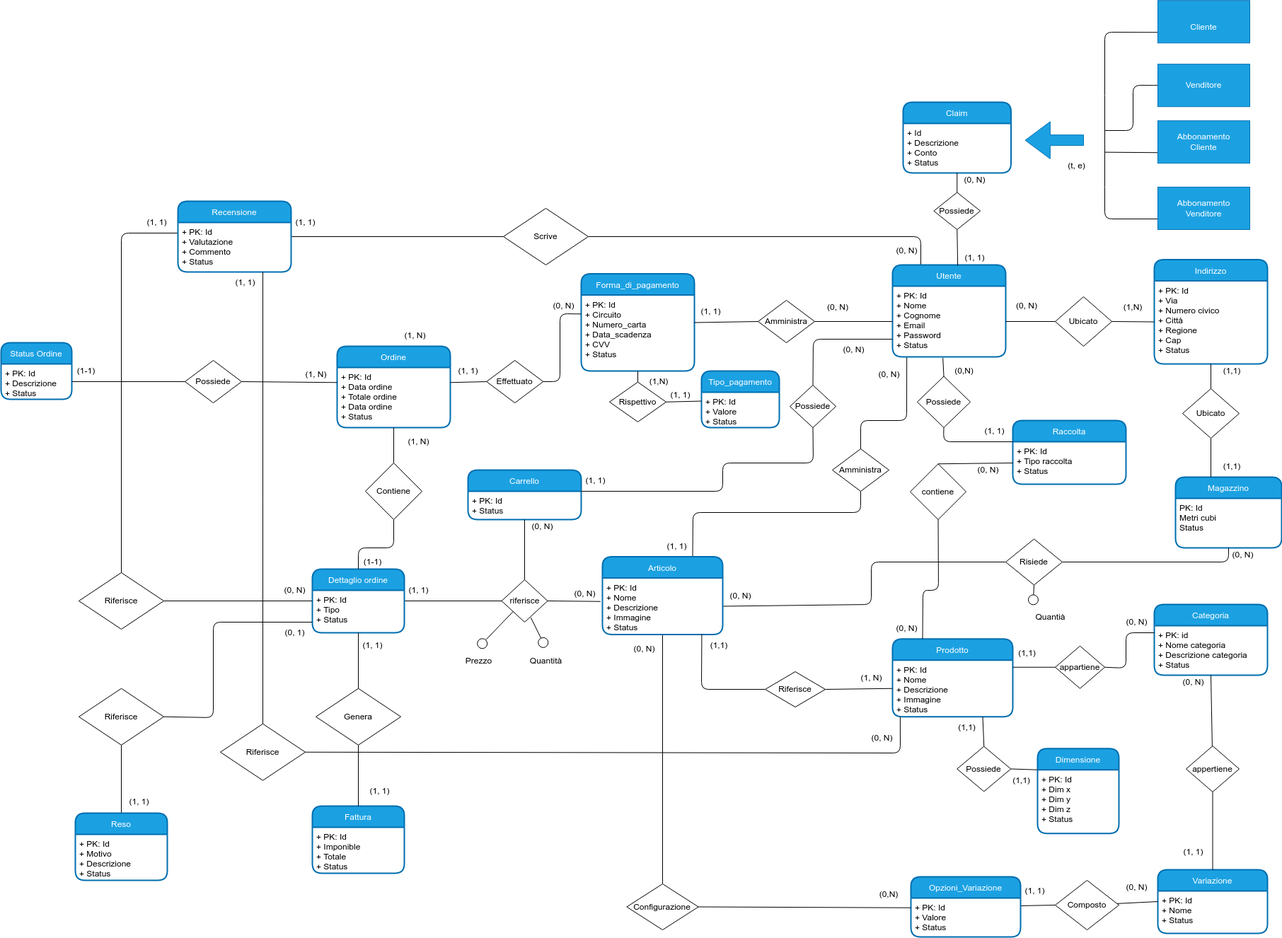
Before: doc/schema_concettuale/schema_concettuale.png, a diagram exported from draw.io (EndriDomiUni/E-commerce). Source tidied: cells renumbered, new cells last; positions are measured from the earlier drawing's top-left corner, leaving out a move shared by most shapes.
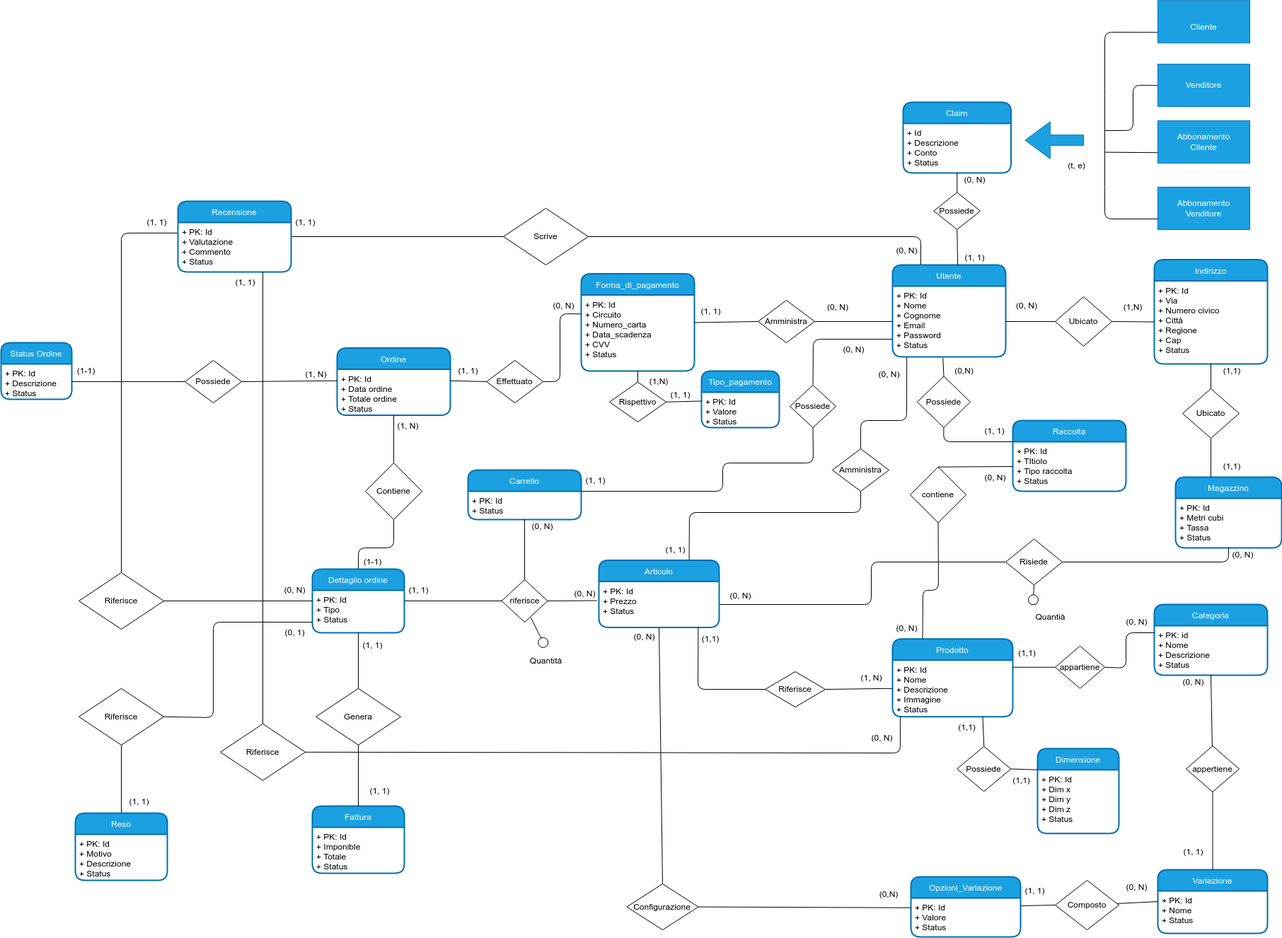
The same diagram one commit later.

Commit message:
Update schema concettuale e modello logico

Change to the diagram source:
```diff
@@ -105,7 +105,7 @@
     <mxCell id="29" value="Categoria" style="swimlane;horizontal=1;startSize=30;rounded=1;fontSize=12;fontStyle=0;strokeWidth=2;shadow=0;dashed=0;align=center;fillColor=#1ba1e2;fontColor=#ffffff;strokeColor=#006EAF;" parent="1" vertex="1">
       <mxGeometry x="1630" y="854" width="160" height="100" as="geometry" />
     </mxCell>
-    <mxCell id="30" value="+ PK: id&#10;+ Nome categoria&#10;+ Descrizione categoria&#10;+ Status" style="align=left;strokeColor=none;fillColor=none;spacingLeft=4;fontSize=12;verticalAlign=top;" parent="29" vertex="1">
+    <mxCell id="30" value="+ PK: id&#10;+ Nome&#10;+ Descrizione&#10;+ Status" style="align=left;strokeColor=none;fillColor=none;spacingLeft=4;fontSize=12;verticalAlign=top;" parent="29" vertex="1">
       <mxGeometry y="30" width="160" height="70" as="geometry" />
     </mxCell>
     <mxCell id="31" style="edgeStyle=none;html=1;exitX=0;exitY=0.5;exitDx=0;exitDy=0;endArrow=none;endFill=0;fontSize=12;" parent="1" edge="1" source="33">
@@ -158,7 +158,7 @@
     <mxCell id="44" value="Magazzino" style="swimlane;horizontal=1;startSize=30;rounded=1;fontSize=12;fontStyle=0;strokeWidth=2;shadow=0;dashed=0;align=center;fillColor=#1ba1e2;fontColor=#ffffff;strokeColor=#006EAF;" parent="1" vertex="1">
       <mxGeometry x="1660" y="674" width="150" height="100" as="geometry" />
     </mxCell>
-    <mxCell id="45" value="PK: Id&#10;Metri cubi&#10;Status" style="align=left;strokeColor=none;fillColor=none;spacingLeft=4;fontSize=12;verticalAlign=top;" parent="44" vertex="1">
+    <mxCell id="45" value="+ PK: Id&#10;+ Metri cubi&#10;+ Tassa&#10;+ Status" style="align=left;strokeColor=none;fillColor=none;spacingLeft=4;fontSize=12;verticalAlign=top;" parent="44" vertex="1">
       <mxGeometry y="30" width="150" height="70" as="geometry" />
     </mxCell>
     <mxCell id="46" style="edgeStyle=none;html=1;exitX=0.5;exitY=0;exitDx=0;exitDy=0;entryX=0.5;entryY=1;entryDx=0;entryDy=0;startArrow=none;startFill=0;endArrow=none;endFill=0;fontSize=12;" parent="1" edge="1" source="48" target="7">
@@ -218,12 +218,6 @@
     <mxCell id="61" value="Quantità" style="text;html=1;align=center;verticalAlign=middle;points=[];strokeColor=none;fillColor=none;fontSize=12;" parent="1" vertex="1">
       <mxGeometry x="735" y="919" width="70" height="30" as="geometry" />
     </mxCell>
-    <mxCell id="62" style="edgeStyle=none;html=1;endArrow=circle;endFill=0;exitX=0;exitY=1;exitDx=0;exitDy=0;entryX=0.494;entryY=-0.132;entryDx=0;entryDy=0;entryPerimeter=0;fontSize=12;" parent="1" edge="1" source="60" target="63">
-      <mxGeometry relative="1" as="geometry" />
-    </mxCell>
-    <mxCell id="63" value="Prezzo" style="text;html=1;align=center;verticalAlign=middle;points=[];strokeColor=none;fillColor=none;fontSize=12;" parent="1" vertex="1">
-      <mxGeometry x="645" y="919" width="60" height="30" as="geometry" />
-    </mxCell>
     <mxCell id="64" style="edgeStyle=none;html=1;exitX=0.5;exitY=1;exitDx=0;exitDy=0;entryX=0.576;entryY=0.008;entryDx=0;entryDy=0;entryPerimeter=0;endArrow=none;endFill=0;fontSize=12;" parent="1" edge="1" source="66" target="4">
       <mxGeometry relative="1" as="geometry" />
     </mxCell>
@@ -308,7 +302,7 @@
       <mxGeometry x="1205" y="942.8" width="50" height="30" as="geometry" />
     </mxCell>
     <mxCell id="90" value="(1,1)" style="text;html=1;strokeColor=none;fillColor=none;align=center;verticalAlign=middle;whiteSpace=wrap;rounded=0;fontSize=12;" parent="1" vertex="1">
-      <mxGeometry x="990" y="902.8" width="50" height="17.5" as="geometry" />
+      <mxGeometry x="977.5" y="894" width="50" height="17.5" as="geometry" />
     </mxCell>
     <mxCell id="91" value="(0,N)" style="text;html=1;strokeColor=none;fillColor=none;align=center;verticalAlign=middle;whiteSpace=wrap;rounded=0;fontSize=12;" parent="1" vertex="1">
       <mxGeometry x="1225" y="1249" width="60" height="30" as="geometry" />
@@ -323,10 +317,10 @@
       <mxGeometry x="1710" y="509" width="60" height="30" as="geometry" />
     </mxCell>
     <mxCell id="95" value="Raccolta" style="swimlane;horizontal=1;startSize=30;rounded=1;fontSize=12;fontStyle=0;strokeWidth=2;shadow=0;dashed=0;align=center;fillColor=#1ba1e2;fontColor=#ffffff;strokeColor=#006EAF;" parent="1" vertex="1">
-      <mxGeometry x="1430" y="594" width="160" height="90" as="geometry" />
+      <mxGeometry x="1430" y="594" width="160" height="100" as="geometry" />
     </mxCell>
-    <mxCell id="96" value="+ PK: Id&#10;+ Tipo raccolta&#10;+ Status" style="align=left;strokeColor=none;fillColor=none;spacingLeft=4;fontSize=12;verticalAlign=top;" parent="95" vertex="1">
-      <mxGeometry y="30" width="160" height="60" as="geometry" />
+    <mxCell id="96" value="+ PK: Id&#10;+ TItiolo&#10;+ Tipo raccolta&#10;+ Status" style="align=left;strokeColor=none;fillColor=none;spacingLeft=4;fontSize=12;verticalAlign=top;" parent="95" vertex="1">
+      <mxGeometry y="30" width="160" height="70" as="geometry" />
     </mxCell>
     <mxCell id="97" style="edgeStyle=none;html=1;exitX=0.5;exitY=0;exitDx=0;exitDy=0;entryX=0.445;entryY=1.013;entryDx=0;entryDy=0;entryPerimeter=0;startArrow=none;startFill=0;endArrow=none;endFill=0;fontSize=12;" parent="1" edge="1" source="99" target="5">
       <mxGeometry relative="1" as="geometry" />
@@ -350,7 +344,7 @@
       </mxGeometry>
     </mxCell>
     <mxCell id="101" value="contiene" style="rhombus;whiteSpace=wrap;html=1;fontSize=12;" parent="1" vertex="1">
-      <mxGeometry x="1285" y="655.2" width="79" height="78.8" as="geometry" />
+      <mxGeometry x="1285" y="659.6" width="79" height="78.8" as="geometry" />
     </mxCell>
     <mxCell id="102" style="edgeStyle=none;html=1;exitX=0;exitY=0.5;exitDx=0;exitDy=0;entryX=0.5;entryY=0;entryDx=0;entryDy=0;startArrow=none;startFill=0;endArrow=none;endFill=0;fontSize=12;" parent="1" edge="1" source="96" target="101">
       <mxGeometry relative="1" as="geometry" />
@@ -362,7 +356,7 @@
       <mxGeometry x="1336" y="509" width="50" height="30" as="geometry" />
     </mxCell>
     <mxCell id="105" value="(0, N)" style="text;html=1;align=center;verticalAlign=middle;strokeColor=none;fillColor=none;fontSize=12;" parent="1" vertex="1">
-      <mxGeometry x="1370" y="649" width="50" height="30" as="geometry" />
+      <mxGeometry x="1380" y="659.6" width="50" height="30" as="geometry" />
     </mxCell>
     <mxCell id="106" value="(1, 1)" style="text;html=1;align=center;verticalAlign=middle;strokeColor=none;fillColor=none;fontSize=12;" parent="1" vertex="1">
       <mxGeometry x="977.5" y="425.2" width="50" height="30" as="geometry" />
@@ -428,7 +422,7 @@
     <mxCell id="124" style="edgeStyle=none;html=1;endArrow=none;endFill=0;entryX=0.5;entryY=1;entryDx=0;entryDy=0;exitX=0.75;exitY=0;exitDx=0;exitDy=0;fontSize=12;" parent="1" edge="1" source="162" target="131">
       <mxGeometry relative="1" as="geometry">
         <Array as="points">
-          <mxPoint x="978" y="724" />
+          <mxPoint x="973" y="724" />
           <mxPoint x="1215" y="724" />
         </Array>
       </mxGeometry>
@@ -440,7 +434,7 @@
       <mxGeometry x="884.4" y="1249" width="101.2" height="65" as="geometry" />
     </mxCell>
     <mxCell id="127" value="(0, N)" style="text;html=1;align=center;verticalAlign=middle;strokeColor=none;fillColor=none;fontSize=12;" parent="1" vertex="1">
-      <mxGeometry x="884.4" y="901.5" width="50" height="30" as="geometry" />
+      <mxGeometry x="884.4" y="885.2" width="50" height="30" as="geometry" />
     </mxCell>
     <mxCell id="128" value="(0, N)" style="text;html=1;align=center;verticalAlign=middle;strokeColor=none;fillColor=none;fontSize=12;" parent="1" vertex="1">
       <mxGeometry x="800" y="824" width="50" height="30" as="geometry" />
@@ -458,7 +452,7 @@
       <mxGeometry x="1230" y="514" width="50" height="30" as="geometry" />
     </mxCell>
     <mxCell id="133" value="(1, 1)" style="text;html=1;align=center;verticalAlign=middle;strokeColor=none;fillColor=none;fontSize=12;" parent="1" vertex="1">
-      <mxGeometry x="930" y="756.5" width="50" height="30" as="geometry" />
+      <mxGeometry x="927.5" y="761.5" width="50" height="30" as="geometry" />
     </mxCell>
     <mxCell id="134" style="edgeStyle=none;html=1;exitX=0;exitY=0.75;exitDx=0;exitDy=0;endArrow=none;endFill=0;fontSize=12;" parent="1" edge="1" source="135">
       <mxGeometry relative="1" as="geometry">
@@ -521,10 +515,10 @@
       <mxGeometry x="1447.5" y="856.5" width="70" height="30" as="geometry" />
     </mxCell>
     <mxCell id="147" value="Ordine" style="swimlane;horizontal=1;startSize=30;rounded=1;fontSize=12;fontStyle=0;strokeWidth=2;shadow=0;dashed=0;align=center;fillColor=#1ba1e2;fontColor=#ffffff;strokeColor=#006EAF;" parent="1" vertex="1">
-      <mxGeometry x="475" y="489" width="160" height="115" as="geometry" />
+      <mxGeometry x="475" y="491.5" width="160" height="95" as="geometry" />
     </mxCell>
-    <mxCell id="148" value="+ PK: Id&#10;+ Data ordine&#10;+ Totale ordine&#10;+ Data ordine&#10;+ Status" style="align=left;strokeColor=none;fillColor=none;spacingLeft=4;fontSize=12;verticalAlign=top;" parent="147" vertex="1">
-      <mxGeometry y="30" width="160" height="85" as="geometry" />
+    <mxCell id="148" value="+ PK: Id&#10;+ Data ordine&#10;+ Totale ordine&#10;+ Status" style="align=left;strokeColor=none;fillColor=none;spacingLeft=4;fontSize=12;verticalAlign=top;" parent="147" vertex="1">
+      <mxGeometry y="30" width="160" height="65" as="geometry" />
     </mxCell>
     <mxCell id="149" value="Status Ordine" style="swimlane;horizontal=1;startSize=30;rounded=1;fontSize=12;fontStyle=0;strokeWidth=2;shadow=0;dashed=0;align=center;fillColor=#1ba1e2;fontColor=#ffffff;strokeColor=#006EAF;" parent="1" vertex="1">
       <mxGeometry y="484" width="100" height="80" as="geometry" />
@@ -542,7 +536,7 @@
       <mxGeometry x="420" y="514" width="50" height="30" as="geometry" />
     </mxCell>
     <mxCell id="154" value="(1, N)" style="text;html=1;align=center;verticalAlign=middle;strokeColor=none;fillColor=none;fontSize=12;" parent="1" vertex="1">
-      <mxGeometry x="565" y="609" width="50" height="30" as="geometry" />
+      <mxGeometry x="550" y="586.5" width="50" height="30" as="geometry" />
     </mxCell>
     <mxCell id="155" style="edgeStyle=none;html=1;exitX=0;exitY=0.25;exitDx=0;exitDy=0;endArrow=none;endFill=0;entryX=1;entryY=0.5;entryDx=0;entryDy=0;fontSize=12;" parent="1" edge="1" source="148" target="157">
       <mxGeometry relative="1" as="geometry" />
@@ -571,7 +565,7 @@
       <mxGeometry x="635" y="509" width="50" height="30" as="geometry" />
     </mxCell>
     <mxCell id="162" value="Articolo" style="swimlane;horizontal=1;startSize=30;rounded=1;fontSize=12;fontStyle=0;strokeWidth=2;shadow=0;dashed=0;align=center;arcSize=15;fillColor=#1ba1e2;fontColor=#ffffff;strokeColor=#006EAF;" parent="1" vertex="1">
-      <mxGeometry x="850" y="786.5" width="170" height="110" as="geometry" />
+      <mxGeometry x="845" y="791.5" width="170" height="95" as="geometry" />
     </mxCell>
     <mxCell id="163" style="edgeStyle=none;html=1;fontSize=12;" parent="162" edge="1" source="165" target="162">
       <mxGeometry relative="1" as="geometry" />
@@ -579,13 +573,13 @@
     <mxCell id="164" style="edgeStyle=none;html=1;endArrow=none;endFill=0;fontSize=12;" parent="162" edge="1" source="165" target="162">
       <mxGeometry relative="1" as="geometry" />
     </mxCell>
-    <mxCell id="165" value="+ PK: Id&#10;+ Nome&#10;+ Descrizione&#10;+ Immagine&#10;+ Status" style="align=left;strokeColor=none;fillColor=none;spacingLeft=4;fontSize=12;verticalAlign=top;" parent="162" vertex="1">
-      <mxGeometry y="30" width="170" height="80" as="geometry" />
+    <mxCell id="165" value="+ PK: Id&#10;+ Prezzo&#10;+ Status" style="align=left;strokeColor=none;fillColor=none;spacingLeft=4;fontSize=12;verticalAlign=top;" parent="162" vertex="1">
+      <mxGeometry y="30" width="170" height="65" as="geometry" />
     </mxCell>
     <mxCell id="166" style="edgeStyle=none;html=1;exitX=0;exitY=0.5;exitDx=0;exitDy=0;endArrow=none;endFill=0;entryX=0.826;entryY=0.995;entryDx=0;entryDy=0;entryPerimeter=0;fontSize=12;" parent="1" edge="1" source="167" target="165">
       <mxGeometry relative="1" as="geometry">
         <Array as="points">
-          <mxPoint x="990" y="974" />
+          <mxPoint x="985" y="974" />
         </Array>
       </mxGeometry>
     </mxCell>
@@ -598,9 +592,6 @@
     <mxCell id="169" value="(0, N)" style="text;html=1;align=center;verticalAlign=middle;strokeColor=none;fillColor=none;fontSize=12;" parent="1" vertex="1">
       <mxGeometry x="1020" y="826.5" width="50" height="30" as="geometry" />
     </mxCell>
-    <mxCell id="170" value="(1, N)" style="text;html=1;align=center;verticalAlign=middle;strokeColor=none;fillColor=none;fontSize=12;" parent="1" vertex="1">
-      <mxGeometry x="560" y="459" width="50" height="30" as="geometry" />
-    </mxCell>
     <mxCell id="171" value="Genera" style="rhombus;whiteSpace=wrap;html=1;fontSize=12;" parent="1" vertex="1">
       <mxGeometry x="445" y="972.8" width="120" height="80" as="geometry" />
     </mxCell>
```
